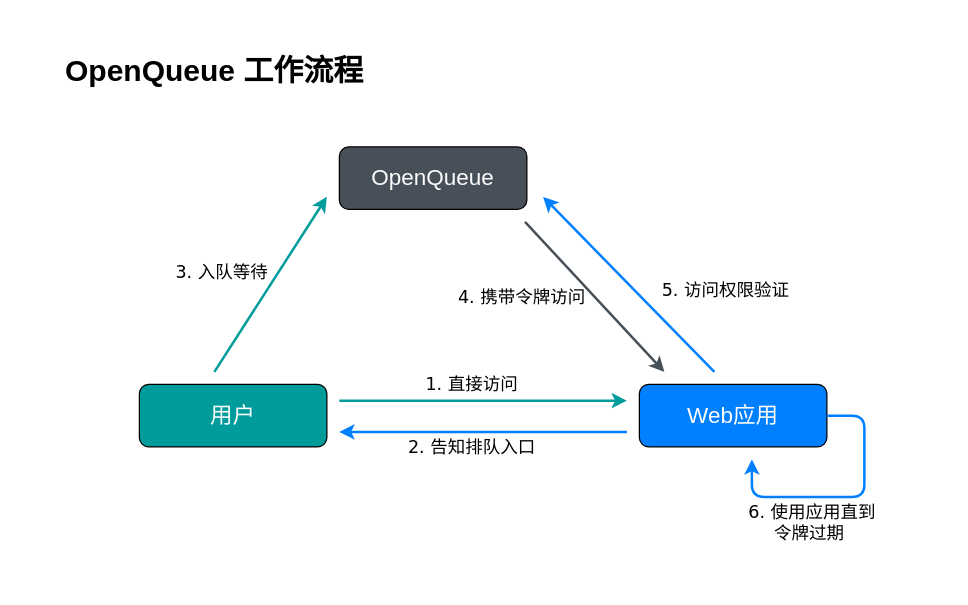
The draw.io diagram img/opq_flow_zh_cn.drawio in openqueue-io/openqueue-ui-static, before the edit. Source tidied: cells renumbered, new cells numbered last; positions are measured from the earlier drawing's top-left corner, leaving out a move shared by most shapes. Both pictures are drawn from the tidied source at 125%, with x=0, y=0 at pixel (21, 21).
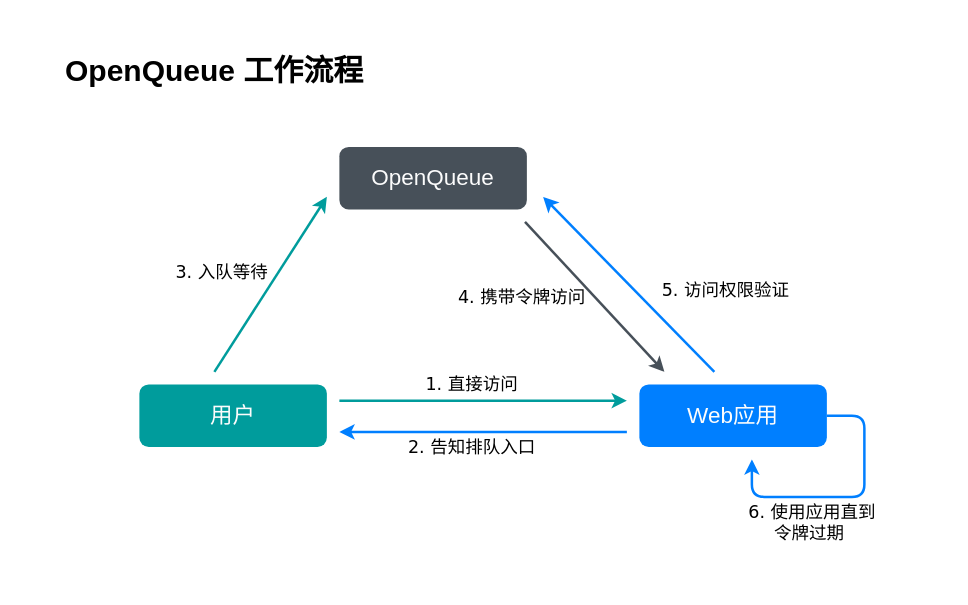
The same diagram, later.

Commit message (it also covers changes not shown here):
优化了流程图

Diff of the diagram source:
```diff
@@
-    <mxCell id="3" value="&lt;font style=&quot;font-size: 18px&quot; color=&quot;#fcfcfc&quot;&gt;用户&lt;/font&gt;" style="rounded=1;whiteSpace=wrap;html=1;fillColor=#009C9C;" parent="1" vertex="1">
+    <mxCell id="3" value="&lt;font style=&quot;font-size: 18px&quot; color=&quot;#fcfcfc&quot;&gt;用户&lt;/font&gt;" style="rounded=1;whiteSpace=wrap;html=1;fillColor=#009C9C;strokeColor=none;" parent="1" vertex="1">
       <mxGeometry x="94" y="290" width="150" height="50" as="geometry" />
     </mxCell>
-    <mxCell id="4" value="&lt;font color=&quot;#fcfcfc&quot;&gt;&lt;span style=&quot;font-size: 18px&quot;&gt;Web应用&lt;/span&gt;&lt;/font&gt;" style="rounded=1;whiteSpace=wrap;html=1;fillColor=#007FFF;" parent="1" vertex="1">
+    <mxCell id="4" value="&lt;font color=&quot;#fcfcfc&quot;&gt;&lt;span style=&quot;font-size: 18px&quot;&gt;Web应用&lt;/span&gt;&lt;/font&gt;" style="rounded=1;whiteSpace=wrap;html=1;fillColor=#007FFF;strokeColor=none;" parent="1" vertex="1">
       <mxGeometry x="494" y="290" width="150" height="50" as="geometry" />
     </mxCell>
-    <mxCell id="5" value="&lt;font color=&quot;#fcfcfc&quot;&gt;&lt;span style=&quot;font-size: 18px&quot;&gt;OpenQueue&lt;/span&gt;&lt;/font&gt;" style="rounded=1;whiteSpace=wrap;html=1;fillColor=#475059;" parent="1" vertex="1">
+    <mxCell id="5" value="&lt;font color=&quot;#fcfcfc&quot;&gt;&lt;span style=&quot;font-size: 18px&quot;&gt;OpenQueue&lt;/span&gt;&lt;/font&gt;" style="rounded=1;whiteSpace=wrap;html=1;fillColor=#475059;strokeColor=none;" parent="1" vertex="1">
       <mxGeometry x="254" y="100" width="150" height="50" as="geometry" />
     </mxCell>
```
